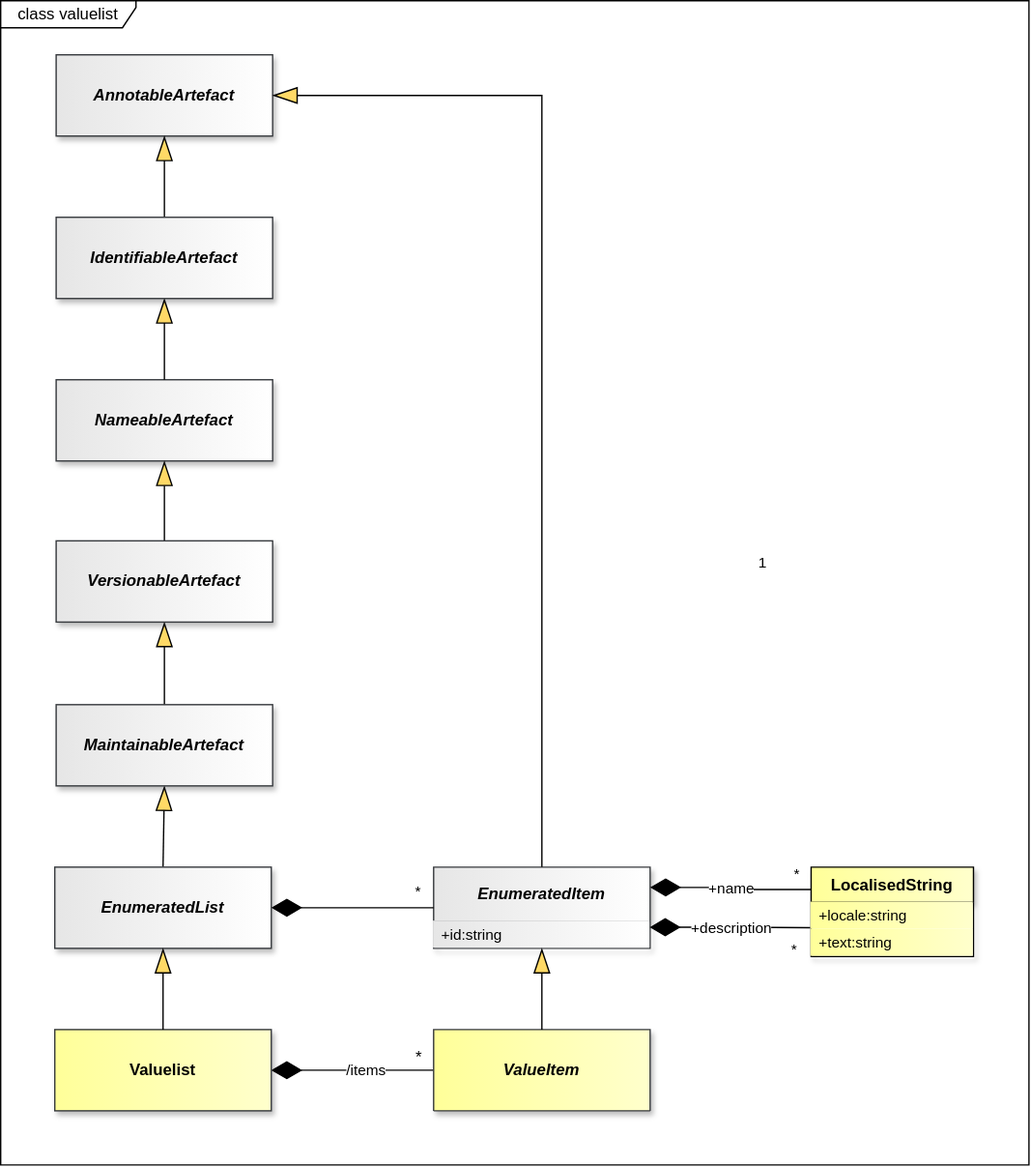
Above: docs/information_model/media/sdmx_codelist-valuelist.svg in sdmx-twg/sdmx-im (draw.io), before the change. Source tidied: cells renumbered, new cells last; positions are measured from the earlier drawing's top-left corner, leaving out a move shared by most shapes.
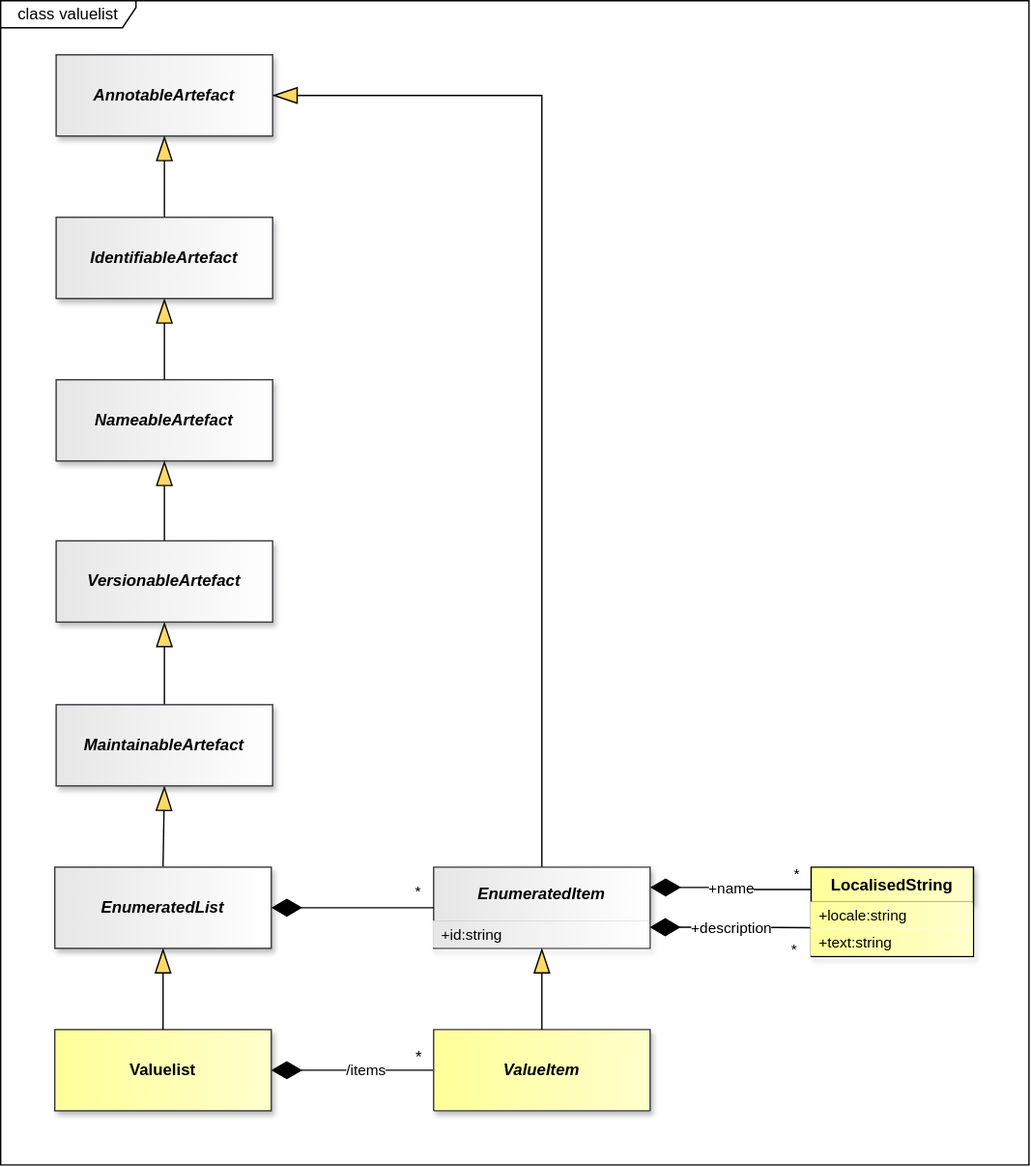
After the commit.

The edit, as a diff of the source:
```diff
@@ -130,9 +130,6 @@
         </Array>
       </mxGeometry>
     </mxCell>
-    <mxCell id="42" value="1" style="edgeLabel;html=1;align=center;verticalAlign=middle;fontSize=11;" parent="1" vertex="1">
-      <mxGeometry x="562.2" y="414.9" as="geometry" />
-    </mxCell>
     <mxCell id="43" value="&lt;font style=&quot;color: light-dark(rgb(0, 0, 0), rgb(255, 255, 255)); background-color: light-dark(rgb(255, 255, 255), rgb(0, 0, 0));&quot;&gt;/items&lt;/font&gt;" style="endArrow=none;html=1;endSize=12;startArrow=diamondThin;startSize=20;startFill=1;edgeStyle=orthogonalEdgeStyle;rounded=0;endFill=0;strokeColor=light-dark(#000000,#FFFFFF);fontColor=light-dark(#000000,#FFFFFF);labelBackgroundColor=none;exitX=1;exitY=0.5;exitDx=0;exitDy=0;entryX=0;entryY=0.5;entryDx=0;entryDy=0;" parent="1" edge="1" source="46" target="47">
       <mxGeometry x="0.17" relative="1" as="geometry" />
     </mxCell>
```
